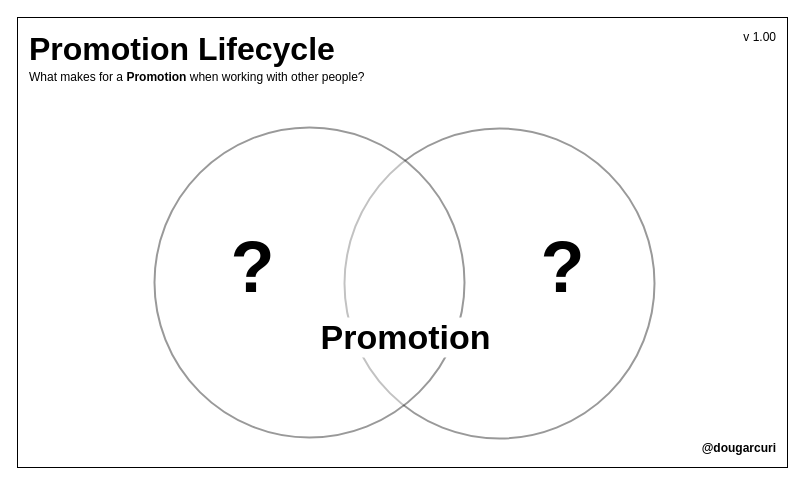
Earlier version of the draw.io diagram page "preview" (5 of 12) of mentoring/diagrams/promotion.drawio (solidi/learning-notes). Source tidied: cells renumbered, new cells numbered last; positions are measured from the earlier drawing's top-left corner, leaving out a move shared by most shapes. Both pictures are drawn from the tidied source at 100%, with x=0, y=0 at pixel (17, 17).
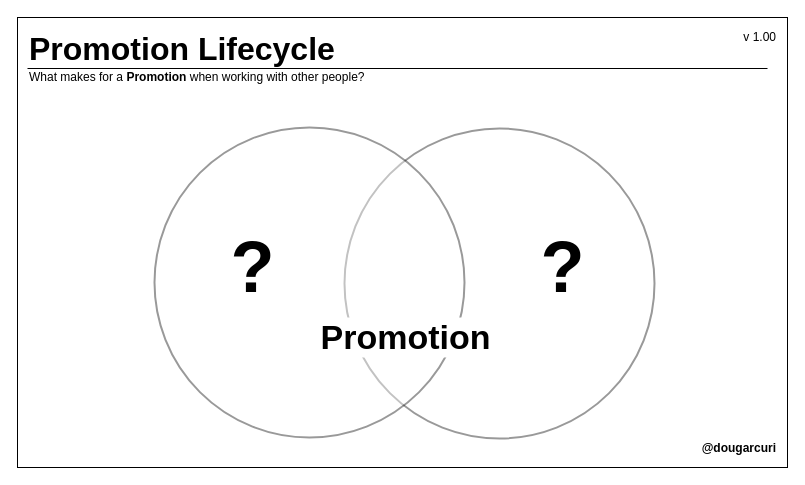
The same page after the edit.

The edit, as a diff of the source:
```diff
@@
 <mxGraphModel>
   <root>
     <mxCell id="0" />
     <mxCell id="1" parent="0" />
     <mxCell id="2" style="rounded=0;whiteSpace=wrap;html=1;align=center;fillColor=none;" parent="1" vertex="1">
       <mxGeometry width="770" height="450" as="geometry" />
     </mxCell>
     <mxCell id="3" value="&lt;b&gt;&lt;font style=&quot;font-size: 32px&quot;&gt;Promotion Lifecycle&lt;/font&gt;&lt;/b&gt;" style="text;html=1;align=left;verticalAlign=top;spacingTop=-4;" parent="1" vertex="1">
       <mxGeometry x="10" y="10" width="330" height="50" as="geometry" />
     </mxCell>
     <mxCell id="4" value="What makes for a &lt;b&gt;Promotion&lt;/b&gt; when working with other people?" style="text;html=1;align=left;verticalAlign=middle;labelBackgroundColor=#ffffff;" parent="1" vertex="1">
       <mxGeometry x="10" y="59.8" as="geometry" />
     </mxCell>
     <mxCell id="5" value="@dougarcuri" style="text;html=1;align=right;verticalAlign=middle;fontStyle=1;" parent="1" vertex="1">
       <mxGeometry x="670" y="421" width="90" height="20" as="geometry" />
     </mxCell>
     <mxCell id="6" value="v 1.00" style="text;html=1;align=right;verticalAlign=middle;" parent="1" vertex="1">
       <mxGeometry x="710" y="10" width="50" height="20" as="geometry" />
     </mxCell>
     <mxCell id="7" style="group;" parent="1" vertex="1">
       <mxGeometry x="120" y="110" width="537" height="311" as="geometry" />
     </mxCell>
     <mxCell id="8" style="ellipse;whiteSpace=wrap;html=1;opacity=40;align=right;rotation=90;strokeWidth=2;" parent="7" vertex="1">
       <mxGeometry x="207" y="1" width="310" height="310" as="geometry" />
     </mxCell>
     <mxCell id="9" style="ellipse;whiteSpace=wrap;html=1;opacity=40;align=right;rotation=90;strokeWidth=2;" parent="7" vertex="1">
       <mxGeometry x="17" width="310" height="310" as="geometry" />
     </mxCell>
     <mxCell id="10" value="Promotion" style="text;html=1;strokeColor=none;fillColor=default;align=center;verticalAlign=middle;whiteSpace=wrap;rounded=0;labelBackgroundColor=none;fontSize=34;fontColor=#000000;rotation=0;fontStyle=1;" parent="7" vertex="1">
       <mxGeometry x="189.5" y="190" width="157" height="40" as="geometry" />
     </mxCell>
     <mxCell id="11" value="&lt;b&gt;&lt;font style=&quot;font-size: 72px;&quot;&gt;?&lt;/font&gt;&lt;/b&gt;" style="text;html=1;align=center;verticalAlign=middle;strokeColor=none;fillColor=none;fontSize=18;" parent="7" vertex="1">
       <mxGeometry x="390" y="90" width="70" height="100" as="geometry" />
     </mxCell>
     <mxCell id="12" value="&lt;b&gt;&lt;font style=&quot;font-size: 72px;&quot;&gt;?&lt;/font&gt;&lt;/b&gt;" style="text;html=1;align=center;verticalAlign=middle;strokeColor=none;fillColor=none;fontSize=18;" parent="7" vertex="1">
       <mxGeometry x="80" y="90" width="70" height="100" as="geometry" />
     </mxCell>
+    <mxCell id="13" style="endArrow=none;html=1;rounded=0;" parent="1" edge="1">
+      <mxGeometry relative="1" as="geometry">
+        <mxPoint x="10" y="51" as="sourcePoint" />
+        <mxPoint x="750" y="51" as="targetPoint" />
+      </mxGeometry>
+    </mxCell>
   </root>
 </mxGraphModel>
```
